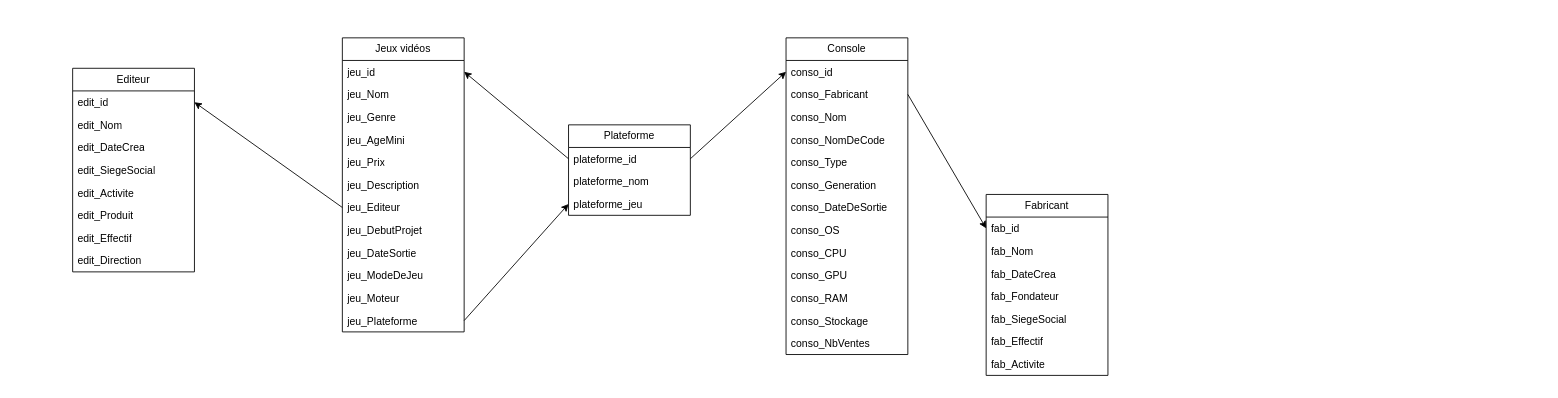
Earlier version of the draw.io diagram Diagramme sans nom.drawio (DylanCOVAREL/CESI-gestion_de_donnees). Source tidied: cells renumbered, new cells numbered last; positions are measured from the earlier drawing's top-left corner, leaving out a move shared by most shapes. Both pictures are drawn from the tidied source at 87%, with x=0, y=0 at pixel (72, 37).
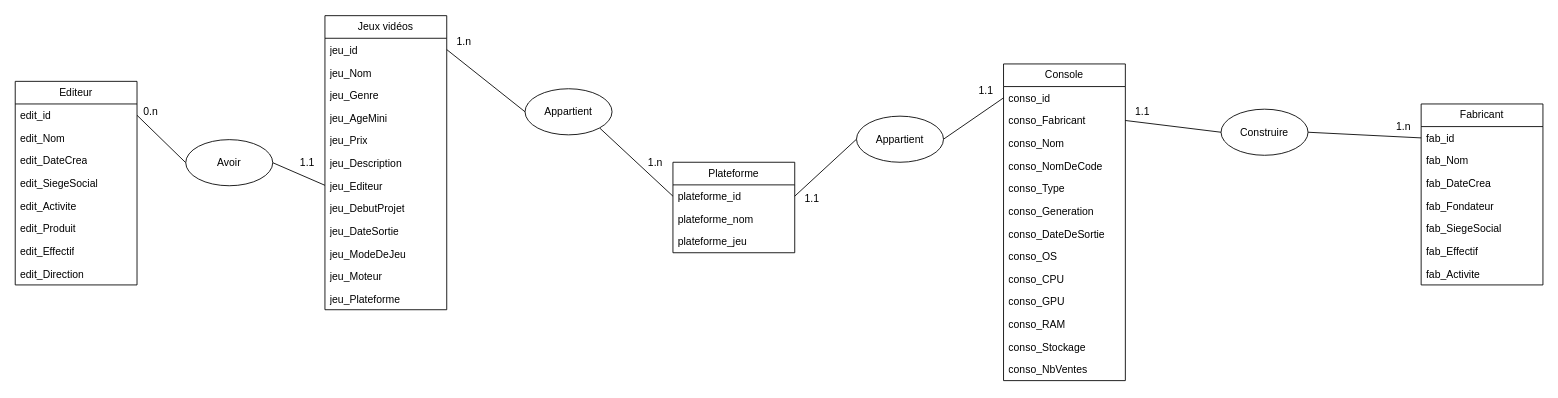
Above is the later version.

Commit message (it also covers changes not shown here):
Mettre à jour Diagramme sans nom.drawio

Unchanged cells that the change refers to:
```xml
<mxCell id="3" value="jeu_id" style="text;strokeColor=none;fillColor=none;align=left;verticalAlign=top;spacingLeft=4;spacingRight=4;overflow=hidden;points=[[0,0.5],[1,0.5]];portConstraint=eastwest;whiteSpace=wrap;html=1;" parent="2" vertex="1">
  <mxGeometry y="26" width="140" height="26" as="geometry" />
</mxCell>
<mxCell id="9" value="jeu_Editeur" style="text;strokeColor=none;fillColor=none;align=left;verticalAlign=top;spacingLeft=4;spacingRight=4;overflow=hidden;points=[[0,0.5],[1,0.5]];portConstraint=eastwest;whiteSpace=wrap;html=1;" parent="2" vertex="1">
  <mxGeometry y="182" width="140" height="26" as="geometry" />
</mxCell>
<mxCell id="14" value="jeu_Plateforme" style="text;strokeColor=none;fillColor=none;align=left;verticalAlign=top;spacingLeft=4;spacingRight=4;overflow=hidden;points=[[0,0.5],[1,0.5]];portConstraint=eastwest;whiteSpace=wrap;html=1;" parent="2" vertex="1">
  <mxGeometry y="312" width="140" height="26" as="geometry" />
</mxCell>
<mxCell id="16" value="conso_id" style="text;strokeColor=none;fillColor=none;align=left;verticalAlign=top;spacingLeft=4;spacingRight=4;overflow=hidden;points=[[0,0.5],[1,0.5]];portConstraint=eastwest;whiteSpace=wrap;html=1;" parent="15" vertex="1">
  <mxGeometry y="26" width="140" height="26" as="geometry" />
</mxCell>
<mxCell id="17" value="conso_Fabricant" style="text;strokeColor=none;fillColor=none;align=left;verticalAlign=top;spacingLeft=4;spacingRight=4;overflow=hidden;points=[[0,0.5],[1,0.5]];portConstraint=eastwest;whiteSpace=wrap;html=1;" parent="15" vertex="1">
  <mxGeometry y="52" width="140" height="26" as="geometry" />
</mxCell>
<mxCell id="30" value="fab_id" style="text;strokeColor=none;fillColor=none;align=left;verticalAlign=top;spacingLeft=4;spacingRight=4;overflow=hidden;points=[[0,0.5],[1,0.5]];portConstraint=eastwest;whiteSpace=wrap;html=1;" parent="29" vertex="1">
  <mxGeometry y="26" width="140" height="26" as="geometry" />
</mxCell>
<mxCell id="38" value="edit_id" style="text;strokeColor=none;fillColor=none;align=left;verticalAlign=top;spacingLeft=4;spacingRight=4;overflow=hidden;points=[[0,0.5],[1,0.5]];portConstraint=eastwest;whiteSpace=wrap;html=1;" parent="37" vertex="1">
  <mxGeometry y="26" width="140" height="26" as="geometry" />
</mxCell>
<mxCell id="50" value="plateforme_id" style="text;strokeColor=none;fillColor=none;align=left;verticalAlign=top;spacingLeft=4;spacingRight=4;overflow=hidden;points=[[0,0.5],[1,0.5]];portConstraint=eastwest;whiteSpace=wrap;html=1;" parent="49" vertex="1">
  <mxGeometry y="26" width="140" height="26" as="geometry" />
</mxCell>
<mxCell id="52" value="plateforme_jeu" style="text;strokeColor=none;fillColor=none;align=left;verticalAlign=top;spacingLeft=4;spacingRight=4;overflow=hidden;points=[[0,0.5],[1,0.5]];portConstraint=eastwest;whiteSpace=wrap;html=1;" parent="49" vertex="1">
  <mxGeometry y="78" width="140" height="26" as="geometry" />
</mxCell>
```

The edit, as a diff of the source:
```diff
@@
     <mxCell id="2" value="Jeux vidéos" style="swimlane;fontStyle=0;horizontal=1;startSize=26;fillColor=none;whiteSpace=wrap;html=1;" parent="1" vertex="1">
-      <mxGeometry x="310" width="140" height="338" as="geometry" />
+      <mxGeometry x="290" y="-25.5" width="140" height="338" as="geometry" />
     </mxCell>
@@
     <mxCell id="15" value="Console" style="swimlane;fontStyle=0;horizontal=1;startSize=26;fillColor=none;whiteSpace=wrap;html=1;" parent="1" vertex="1">
-      <mxGeometry x="820" width="140" height="364" as="geometry" />
+      <mxGeometry x="1070" y="30" width="140" height="364" as="geometry" />
     </mxCell>
@@
     <mxCell id="29" value="Fabricant" style="swimlane;fontStyle=0;horizontal=1;startSize=26;fillColor=none;whiteSpace=wrap;html=1;" parent="1" vertex="1">
-      <mxGeometry x="1050" y="180" width="140" height="208" as="geometry" />
+      <mxGeometry x="1550" y="76" width="140" height="208" as="geometry" />
     </mxCell>
@@
     <mxCell id="37" value="Editeur" style="swimlane;fontStyle=0;horizontal=1;startSize=26;fillColor=none;whiteSpace=wrap;html=1;" parent="1" vertex="1">
-      <mxGeometry y="35" width="140" height="234" as="geometry" />
+      <mxGeometry x="-66" y="50" width="140" height="234" as="geometry" />
     </mxCell>
@@
-    <mxCell id="46" style="rounded=0;jettySize=auto;html=1;entryX=0;entryY=0.5;entryDx=0;entryDy=0;exitX=1;exitY=0.5;exitDx=0;exitDy=0;" parent="1" edge="1" source="17" target="30">
+    <mxCell id="46" style="rounded=0;jettySize=auto;html=1;entryX=0;entryY=0.5;entryDx=0;entryDy=0;exitX=1;exitY=0.5;exitDx=0;exitDy=0;endArrow=none;endFill=0;" parent="1" edge="1" source="62" target="30">
       <mxGeometry relative="1" as="geometry" />
     </mxCell>
-    <mxCell id="47" style="rounded=0;jettySize=auto;html=1;exitX=0;exitY=0.5;exitDx=0;exitDy=0;entryX=1;entryY=0.5;entryDx=0;entryDy=0;" parent="1" edge="1" source="9" target="38">
+    <mxCell id="47" style="rounded=0;jettySize=auto;html=1;exitX=0;exitY=0.5;exitDx=0;exitDy=0;entryX=1;entryY=0.5;entryDx=0;entryDy=0;endArrow=none;endFill=0;" parent="1" edge="1" source="56" target="38">
       <mxGeometry relative="1" as="geometry" />
     </mxCell>
-    <mxCell id="48" style="rounded=0;jettySize=auto;html=1;exitX=1;exitY=0.5;exitDx=0;exitDy=0;entryX=0;entryY=0.5;entryDx=0;entryDy=0;" parent="1" edge="1" source="14" target="52">
-      <mxGeometry relative="1" as="geometry" />
-    </mxCell>
     <mxCell id="49" value="Plateforme" style="swimlane;fontStyle=0;horizontal=1;startSize=26;fillColor=none;whiteSpace=wrap;html=1;" parent="1" vertex="1">
-      <mxGeometry x="570" y="100" width="140" height="104" as="geometry" />
+      <mxGeometry x="690" y="143" width="140" height="104" as="geometry" />
     </mxCell>
@@
-    <mxCell id="53" style="rounded=0;jettySize=auto;html=1;entryX=0;entryY=0.5;entryDx=0;entryDy=0;exitX=1;exitY=0.5;exitDx=0;exitDy=0;" parent="1" edge="1" source="50" target="16">
+    <mxCell id="53" style="rounded=0;jettySize=auto;html=1;entryX=0;entryY=0.5;entryDx=0;entryDy=0;exitX=1;exitY=0.5;exitDx=0;exitDy=0;endArrow=none;endFill=0;" parent="1" edge="1" source="60" target="16">
       <mxGeometry relative="1" as="geometry" />
     </mxCell>
-    <mxCell id="54" style="rounded=0;jettySize=auto;html=1;entryX=1;entryY=0.5;entryDx=0;entryDy=0;exitX=0;exitY=0.5;exitDx=0;exitDy=0;" parent="1" edge="1" source="50" target="3">
+    <mxCell id="54" style="rounded=0;jettySize=auto;html=1;entryX=1;entryY=0.5;entryDx=0;entryDy=0;exitX=0;exitY=0.5;exitDx=0;exitDy=0;endArrow=none;endFill=0;" parent="1" edge="1" source="58" target="3">
       <mxGeometry relative="1" as="geometry" />
     </mxCell>
+    <mxCell id="55" style="rounded=0;jettySize=auto;html=1;exitX=0;exitY=0.5;exitDx=0;exitDy=0;entryX=1;entryY=0.5;entryDx=0;entryDy=0;endArrow=none;endFill=0;" parent="1" edge="1" source="9" target="56">
+      <mxGeometry relative="1" as="geometry" />
+    </mxCell>
+    <mxCell id="56" value="Avoir" style="ellipse;whiteSpace=wrap;html=1;" parent="1" vertex="1">
+      <mxGeometry x="130" y="117" width="100" height="53" as="geometry" />
+    </mxCell>
+    <mxCell id="57" style="rounded=0;jettySize=auto;html=1;entryX=1;entryY=1;entryDx=0;entryDy=0;exitX=0;exitY=0.5;exitDx=0;exitDy=0;endArrow=none;endFill=0;" parent="1" edge="1" source="50" target="58">
+      <mxGeometry relative="1" as="geometry" />
+    </mxCell>
+    <mxCell id="58" value="Appartient" style="ellipse;whiteSpace=wrap;html=1;" parent="1" vertex="1">
+      <mxGeometry x="520" y="58.5" width="100" height="53" as="geometry" />
+    </mxCell>
+    <mxCell id="59" style="rounded=0;jettySize=auto;html=1;entryX=0;entryY=0.5;entryDx=0;entryDy=0;exitX=1;exitY=0.5;exitDx=0;exitDy=0;endArrow=none;endFill=0;" parent="1" edge="1" source="50" target="60">
+      <mxGeometry relative="1" as="geometry" />
+    </mxCell>
+    <mxCell id="60" value="Appartient" style="ellipse;whiteSpace=wrap;html=1;" parent="1" vertex="1">
+      <mxGeometry x="901" y="90" width="100" height="53" as="geometry" />
+    </mxCell>
+    <mxCell id="61" style="rounded=0;jettySize=auto;html=1;entryX=0;entryY=0.5;entryDx=0;entryDy=0;exitX=1;exitY=0.5;exitDx=0;exitDy=0;endArrow=none;endFill=0;" parent="1" edge="1" source="17" target="62">
+      <mxGeometry relative="1" as="geometry" />
+    </mxCell>
+    <mxCell id="62" value="Construire" style="ellipse;whiteSpace=wrap;html=1;" parent="1" vertex="1">
+      <mxGeometry x="1320" y="82" width="100" height="53" as="geometry" />
+    </mxCell>
+    <mxCell id="63" value="0.n" style="text;html=1;strokeColor=none;fillColor=none;align=center;verticalAlign=middle;whiteSpace=wrap;rounded=0;" parent="1" vertex="1">
+      <mxGeometry x="60" y="70" width="60" height="30" as="geometry" />
+    </mxCell>
+    <mxCell id="64" value="1.1" style="text;html=1;strokeColor=none;fillColor=none;align=center;verticalAlign=middle;whiteSpace=wrap;rounded=0;" parent="1" vertex="1">
+      <mxGeometry x="240" y="128.5" width="60" height="30" as="geometry" />
+    </mxCell>
+    <mxCell id="65" value="1.n" style="text;html=1;strokeColor=none;fillColor=none;align=center;verticalAlign=middle;whiteSpace=wrap;rounded=0;" parent="1" vertex="1">
+      <mxGeometry x="420" y="-10" width="60" height="30" as="geometry" />
+    </mxCell>
+    <mxCell id="66" value="1.n" style="text;html=1;strokeColor=none;fillColor=none;align=center;verticalAlign=middle;whiteSpace=wrap;rounded=0;" parent="1" vertex="1">
+      <mxGeometry x="640" y="128.5" width="60" height="30" as="geometry" />
+    </mxCell>
+    <mxCell id="67" value="1.1" style="text;html=1;strokeColor=none;fillColor=none;align=center;verticalAlign=middle;whiteSpace=wrap;rounded=0;" parent="1" vertex="1">
+      <mxGeometry x="820" y="170" width="60" height="30" as="geometry" />
+    </mxCell>
+    <mxCell id="68" value="1.1" style="text;html=1;strokeColor=none;fillColor=none;align=center;verticalAlign=middle;whiteSpace=wrap;rounded=0;" parent="1" vertex="1">
+      <mxGeometry x="1020" y="46" width="60" height="30" as="geometry" />
+    </mxCell>
+    <mxCell id="69" value="1.1" style="text;html=1;strokeColor=none;fillColor=none;align=center;verticalAlign=middle;whiteSpace=wrap;rounded=0;" parent="1" vertex="1">
+      <mxGeometry x="1200" y="70" width="60" height="30" as="geometry" />
+    </mxCell>
+    <mxCell id="70" value="1.n" style="text;html=1;strokeColor=none;fillColor=none;align=center;verticalAlign=middle;whiteSpace=wrap;rounded=0;" parent="1" vertex="1">
+      <mxGeometry x="1500" y="87" width="60" height="30" as="geometry" />
+    </mxCell>
```
